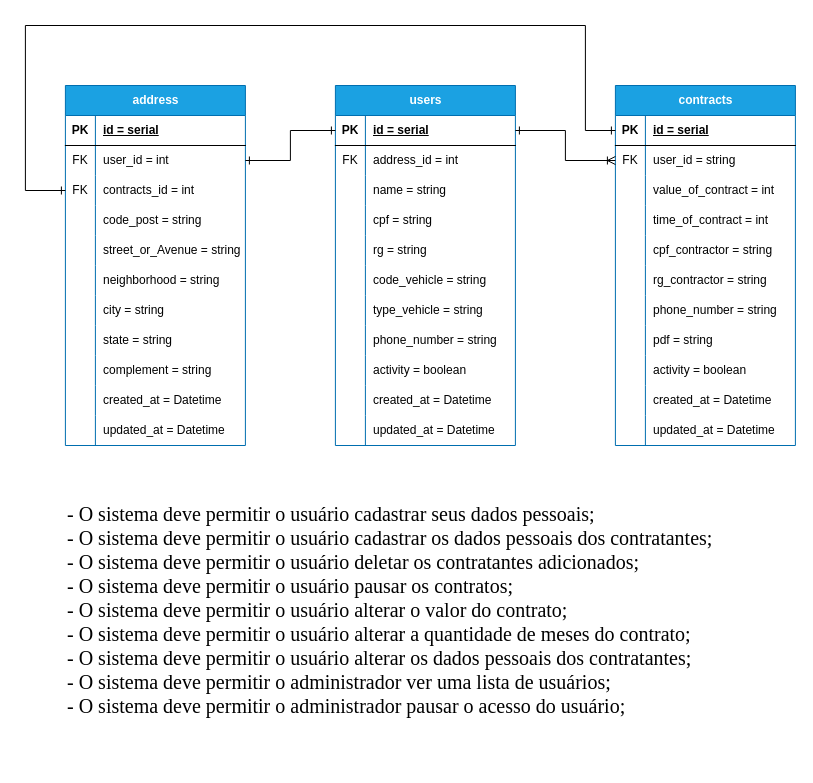
GuilhermeAzevedo13/transporte-escolar-backend keeps this draw.io diagram as documentacao/diagrama-logico-transporte-escolar.drawio. Above is the earlier version. Source tidied: cells renumbered, new cells numbered last; positions are measured from the earlier drawing's top-left corner, leaving out a move shared by most shapes. Both pictures are drawn from the tidied source at 100%, with x=0, y=0 at pixel (25, 25).
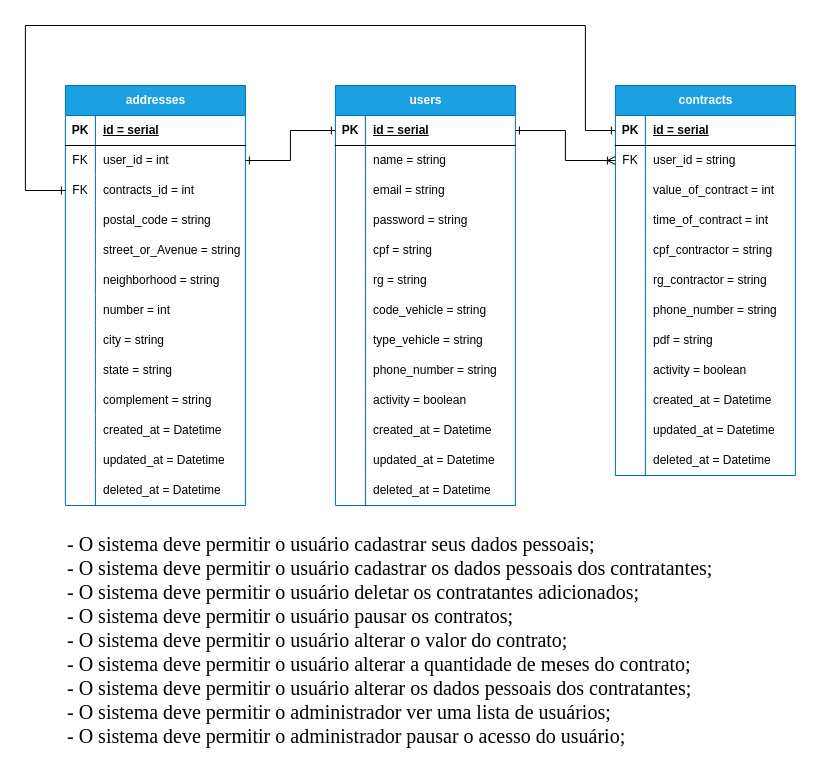
The same page after the edit.

The change refers to these unchanged cells:
```xml
<mxCell id="46" style="shape=tableRow;horizontal=0;startSize=0;swimlaneHead=0;swimlaneBody=0;fillColor=none;top=0;left=0;right=0;bottom=0;" parent="36" vertex="1">
  <mxGeometry y="120" width="180" height="30" as="geometry" />
</mxCell>
```

The edit, as a diff of the source:
```diff
@@
     <mxCell id="2" value="users" style="shape=table;startSize=30;childLayout=tableLayout;rowLines=0;fontStyle=1;align=center;html=1;fillColor=#1ba1e2;fontColor=#ffffff;strokeColor=#006EAF;" parent="1" vertex="1">
-      <mxGeometry x="309.9" y="60" width="180" height="360" as="geometry" />
+      <mxGeometry x="309.9" y="60" width="180" height="420" as="geometry" />
     </mxCell>
@@
-    <mxCell id="6" style="shape=tableRow;horizontal=0;startSize=0;swimlaneHead=0;swimlaneBody=0;fillColor=none;top=0;left=0;right=0;bottom=0;" parent="2" vertex="1">
-      <mxGeometry y="60" width="180" height="30" as="geometry" />
-    </mxCell>
-    <mxCell id="7" value="FK" style="shape=partialRectangle;fillColor=none;top=0;left=0;bottom=0;right=0;overflow=hidden;whiteSpace=wrap;html=1;" parent="6" vertex="1">
-      <mxGeometry width="30" height="30" as="geometry" />
-    </mxCell>
-    <mxCell id="8" value="address_id = int" style="shape=partialRectangle;fillColor=none;top=0;left=0;bottom=0;right=0;align=left;spacingLeft=6;overflow=hidden;whiteSpace=wrap;html=1;" parent="6" vertex="1">
-      <mxGeometry x="30" width="150" height="30" as="geometry" />
-    </mxCell>
     <mxCell id="9" style="shape=tableRow;horizontal=0;startSize=0;swimlaneHead=0;swimlaneBody=0;fillColor=none;top=0;left=0;right=0;bottom=0;" parent="2" vertex="1">
-      <mxGeometry y="90" width="180" height="30" as="geometry" />
+      <mxGeometry y="60" width="180" height="30" as="geometry" />
     </mxCell>
@@
+    <mxCell id="108" style="shape=tableRow;horizontal=0;startSize=0;swimlaneHead=0;swimlaneBody=0;fillColor=none;top=0;left=0;right=0;bottom=0;" parent="2" vertex="1">
+      <mxGeometry y="90" width="180" height="30" as="geometry" />
+    </mxCell>
+    <mxCell id="109" style="shape=partialRectangle;fillColor=none;top=0;left=0;bottom=0;right=0;overflow=hidden;whiteSpace=wrap;html=1;" parent="108" vertex="1">
+      <mxGeometry width="30" height="30" as="geometry" />
+    </mxCell>
+    <mxCell id="110" value="email = string" style="shape=partialRectangle;fillColor=none;top=0;left=0;bottom=0;right=0;align=left;spacingLeft=6;overflow=hidden;whiteSpace=wrap;html=1;" parent="108" vertex="1">
+      <mxGeometry x="30" width="150" height="30" as="geometry" />
+    </mxCell>
+    <mxCell id="111" style="shape=tableRow;horizontal=0;startSize=0;swimlaneHead=0;swimlaneBody=0;fillColor=none;top=0;left=0;right=0;bottom=0;" parent="2" vertex="1">
+      <mxGeometry y="120" width="180" height="30" as="geometry" />
+    </mxCell>
+    <mxCell id="112" style="shape=partialRectangle;fillColor=none;top=0;left=0;bottom=0;right=0;overflow=hidden;whiteSpace=wrap;html=1;" parent="111" vertex="1">
+      <mxGeometry width="30" height="30" as="geometry" />
+    </mxCell>
+    <mxCell id="113" value="password = string" style="shape=partialRectangle;fillColor=none;top=0;left=0;bottom=0;right=0;align=left;spacingLeft=6;overflow=hidden;whiteSpace=wrap;html=1;" parent="111" vertex="1">
+      <mxGeometry x="30" width="150" height="30" as="geometry" />
+    </mxCell>
     <mxCell id="12" style="shape=tableRow;horizontal=0;startSize=0;swimlaneHead=0;swimlaneBody=0;fillColor=none;top=0;left=0;right=0;bottom=0;" parent="2" vertex="1">
-      <mxGeometry y="120" width="180" height="30" as="geometry" />
+      <mxGeometry y="150" width="180" height="30" as="geometry" />
     </mxCell>
@@
     <mxCell id="15" style="shape=tableRow;horizontal=0;startSize=0;swimlaneHead=0;swimlaneBody=0;fillColor=none;top=0;left=0;right=0;bottom=0;" parent="2" vertex="1">
-      <mxGeometry y="150" width="180" height="30" as="geometry" />
+      <mxGeometry y="180" width="180" height="30" as="geometry" />
     </mxCell>
@@
     <mxCell id="18" style="shape=tableRow;horizontal=0;startSize=0;swimlaneHead=0;swimlaneBody=0;fillColor=none;top=0;left=0;right=0;bottom=0;" parent="2" vertex="1">
-      <mxGeometry y="180" width="180" height="30" as="geometry" />
+      <mxGeometry y="210" width="180" height="30" as="geometry" />
     </mxCell>
@@
     <mxCell id="21" style="shape=tableRow;horizontal=0;startSize=0;swimlaneHead=0;swimlaneBody=0;fillColor=none;top=0;left=0;right=0;bottom=0;" parent="2" vertex="1">
-      <mxGeometry y="210" width="180" height="30" as="geometry" />
+      <mxGeometry y="240" width="180" height="30" as="geometry" />
     </mxCell>
@@
     <mxCell id="24" style="shape=tableRow;horizontal=0;startSize=0;swimlaneHead=0;swimlaneBody=0;fillColor=none;top=0;left=0;right=0;bottom=0;" parent="2" vertex="1">
-      <mxGeometry y="240" width="180" height="30" as="geometry" />
+      <mxGeometry y="270" width="180" height="30" as="geometry" />
     </mxCell>
@@
     <mxCell id="27" style="shape=tableRow;horizontal=0;startSize=0;swimlaneHead=0;swimlaneBody=0;fillColor=none;top=0;left=0;right=0;bottom=0;" parent="2" vertex="1">
-      <mxGeometry y="270" width="180" height="30" as="geometry" />
+      <mxGeometry y="300" width="180" height="30" as="geometry" />
     </mxCell>
@@
     <mxCell id="30" style="shape=tableRow;horizontal=0;startSize=0;swimlaneHead=0;swimlaneBody=0;fillColor=none;top=0;left=0;right=0;bottom=0;" parent="2" vertex="1">
-      <mxGeometry y="300" width="180" height="30" as="geometry" />
+      <mxGeometry y="330" width="180" height="30" as="geometry" />
     </mxCell>
@@
     <mxCell id="33" style="shape=tableRow;horizontal=0;startSize=0;swimlaneHead=0;swimlaneBody=0;fillColor=none;top=0;left=0;right=0;bottom=0;" parent="2" vertex="1">
-      <mxGeometry y="330" width="180" height="30" as="geometry" />
+      <mxGeometry y="360" width="180" height="30" as="geometry" />
     </mxCell>
@@
+    <mxCell id="114" style="shape=tableRow;horizontal=0;startSize=0;swimlaneHead=0;swimlaneBody=0;fillColor=none;top=0;left=0;right=0;bottom=0;" parent="2" vertex="1">
+      <mxGeometry y="390" width="180" height="30" as="geometry" />
+    </mxCell>
+    <mxCell id="115" style="shape=partialRectangle;fillColor=none;top=0;left=0;bottom=0;right=0;overflow=hidden;whiteSpace=wrap;html=1;" parent="114" vertex="1">
+      <mxGeometry width="30" height="30" as="geometry" />
+    </mxCell>
+    <mxCell id="116" value="deleted_at = Datetime" style="shape=partialRectangle;fillColor=none;top=0;left=0;bottom=0;right=0;align=left;spacingLeft=6;overflow=hidden;whiteSpace=wrap;html=1;" parent="114" vertex="1">
+      <mxGeometry x="30" width="150" height="30" as="geometry" />
+    </mxCell>
-    <mxCell id="36" value="address" style="shape=table;startSize=30;childLayout=tableLayout;rowLines=0;fontStyle=1;align=center;html=1;fillColor=#1ba1e2;fontColor=#ffffff;strokeColor=#006EAF;" parent="1" vertex="1">
-      <mxGeometry x="39.9" y="60" width="180" height="360" as="geometry" />
+    <mxCell id="36" value="addresses" style="shape=table;startSize=30;childLayout=tableLayout;rowLines=0;fontStyle=1;align=center;html=1;fillColor=#1ba1e2;fontColor=#ffffff;strokeColor=#006EAF;" parent="1" vertex="1">
+      <mxGeometry x="39.9" y="60" width="180" height="420" as="geometry" />
     </mxCell>
@@
-    <mxCell id="48" value="code_post = string" style="shape=partialRectangle;fillColor=none;top=0;left=0;bottom=0;right=0;align=left;spacingLeft=6;overflow=hidden;whiteSpace=wrap;html=1;" parent="46" vertex="1">
+    <mxCell id="48" value="postal_code = string" style="shape=partialRectangle;fillColor=none;top=0;left=0;bottom=0;right=0;align=left;spacingLeft=6;overflow=hidden;whiteSpace=wrap;html=1;" parent="46" vertex="1">
       <mxGeometry x="30" width="150" height="30" as="geometry" />
     </mxCell>
@@
+    <mxCell id="117" style="shape=tableRow;horizontal=0;startSize=0;swimlaneHead=0;swimlaneBody=0;fillColor=none;top=0;left=0;right=0;bottom=0;" parent="36" vertex="1">
+      <mxGeometry y="210" width="180" height="30" as="geometry" />
+    </mxCell>
+    <mxCell id="118" style="shape=partialRectangle;fillColor=none;top=0;left=0;bottom=0;right=0;overflow=hidden;whiteSpace=wrap;html=1;" parent="117" vertex="1">
+      <mxGeometry width="30" height="30" as="geometry" />
+    </mxCell>
+    <mxCell id="119" value="number = int" style="shape=partialRectangle;fillColor=none;top=0;left=0;bottom=0;right=0;align=left;spacingLeft=6;overflow=hidden;whiteSpace=wrap;html=1;" parent="117" vertex="1">
+      <mxGeometry x="30" width="150" height="30" as="geometry" />
+    </mxCell>
     <mxCell id="55" style="shape=tableRow;horizontal=0;startSize=0;swimlaneHead=0;swimlaneBody=0;fillColor=none;top=0;left=0;right=0;bottom=0;" parent="36" vertex="1">
-      <mxGeometry y="210" width="180" height="30" as="geometry" />
+      <mxGeometry y="240" width="180" height="30" as="geometry" />
     </mxCell>
@@
     <mxCell id="58" style="shape=tableRow;horizontal=0;startSize=0;swimlaneHead=0;swimlaneBody=0;fillColor=none;top=0;left=0;right=0;bottom=0;" parent="36" vertex="1">
-      <mxGeometry y="240" width="180" height="30" as="geometry" />
+      <mxGeometry y="270" width="180" height="30" as="geometry" />
     </mxCell>
@@
     <mxCell id="61" style="shape=tableRow;horizontal=0;startSize=0;swimlaneHead=0;swimlaneBody=0;fillColor=none;top=0;left=0;right=0;bottom=0;" parent="36" vertex="1">
-      <mxGeometry y="270" width="180" height="30" as="geometry" />
+      <mxGeometry y="300" width="180" height="30" as="geometry" />
     </mxCell>
@@
     <mxCell id="64" style="shape=tableRow;horizontal=0;startSize=0;swimlaneHead=0;swimlaneBody=0;fillColor=none;top=0;left=0;right=0;bottom=0;" parent="36" vertex="1">
-      <mxGeometry y="300" width="180" height="30" as="geometry" />
+      <mxGeometry y="330" width="180" height="30" as="geometry" />
     </mxCell>
@@
     <mxCell id="67" style="shape=tableRow;horizontal=0;startSize=0;swimlaneHead=0;swimlaneBody=0;fillColor=none;top=0;left=0;right=0;bottom=0;" parent="36" vertex="1">
-      <mxGeometry y="330" width="180" height="30" as="geometry" />
+      <mxGeometry y="360" width="180" height="30" as="geometry" />
     </mxCell>
@@
+    <mxCell id="120" style="shape=tableRow;horizontal=0;startSize=0;swimlaneHead=0;swimlaneBody=0;fillColor=none;top=0;left=0;right=0;bottom=0;" parent="36" vertex="1">
+      <mxGeometry y="390" width="180" height="30" as="geometry" />
+    </mxCell>
+    <mxCell id="121" style="shape=partialRectangle;fillColor=none;top=0;left=0;bottom=0;right=0;overflow=hidden;whiteSpace=wrap;html=1;" parent="120" vertex="1">
+      <mxGeometry width="30" height="30" as="geometry" />
+    </mxCell>
+    <mxCell id="122" value="deleted_at = Datetime" style="shape=partialRectangle;fillColor=none;top=0;left=0;bottom=0;right=0;align=left;spacingLeft=6;overflow=hidden;whiteSpace=wrap;html=1;" parent="120" vertex="1">
+      <mxGeometry x="30" width="150" height="30" as="geometry" />
+    </mxCell>
@@
     <mxCell id="71" value="contracts" style="shape=table;startSize=30;childLayout=tableLayout;rowLines=0;fontStyle=1;align=center;html=1;fillColor=#1ba1e2;fontColor=#ffffff;strokeColor=#006EAF;" parent="1" vertex="1">
-      <mxGeometry x="589.9" y="60" width="180" height="360" as="geometry" />
+      <mxGeometry x="589.9" y="60" width="180" height="390" as="geometry" />
     </mxCell>
@@
+    <mxCell id="123" style="shape=tableRow;horizontal=0;startSize=0;swimlaneHead=0;swimlaneBody=0;fillColor=none;top=0;left=0;right=0;bottom=0;" parent="71" vertex="1">
+      <mxGeometry y="360" width="180" height="30" as="geometry" />
+    </mxCell>
+    <mxCell id="124" style="shape=partialRectangle;fillColor=none;top=0;left=0;bottom=0;right=0;overflow=hidden;whiteSpace=wrap;html=1;" parent="123" vertex="1">
+      <mxGeometry width="30" height="30" as="geometry" />
+    </mxCell>
+    <mxCell id="125" value="deleted_at = Datetime" style="shape=partialRectangle;fillColor=none;top=0;left=0;bottom=0;right=0;align=left;spacingLeft=6;overflow=hidden;whiteSpace=wrap;html=1;" parent="123" vertex="1">
+      <mxGeometry x="30" width="150" height="30" as="geometry" />
+    </mxCell>
@@
     <mxCell id="107" value="- O sistema deve permitir o usuário cadastrar seus dados pessoais;&amp;nbsp;&lt;div&gt;- O sistema deve permitir o usuário cadastrar os dados pessoais dos contratantes;&amp;nbsp;&lt;/div&gt;&lt;div&gt;- O sistema deve permitir o usuário deletar os contratantes adicionados;&amp;nbsp;&lt;/div&gt;&lt;div&gt;- O sistema deve permitir o usuário pausar os contratos;&amp;nbsp;&lt;/div&gt;&lt;div&gt;- O sistema deve permitir o usuário alterar o valor do contrato;&amp;nbsp;&lt;/div&gt;&lt;div&gt;- O sistema deve permitir o usuário alterar a quantidade de meses do contrato;&amp;nbsp;&lt;/div&gt;&lt;div&gt;- O sistema deve permitir o usuário alterar os dados pessoais dos contratantes;&amp;nbsp;&lt;/div&gt;&lt;div&gt;- O sistema deve permitir o administrador ver uma lista de usuários;&amp;nbsp;&lt;/div&gt;&lt;div&gt;- O sistema deve permitir o administrador pausar o acesso do usuário;&lt;/div&gt;" style="text;html=1;align=left;verticalAlign=top;whiteSpace=wrap;rounded=0;fontSize=20;fontFamily=Times New Roman;" parent="1" vertex="1">
-      <mxGeometry x="39.9" y="470" width="710.1" height="240" as="geometry" />
+      <mxGeometry x="39.9" y="500" width="710.1" height="240" as="geometry" />
     </mxCell>
```
